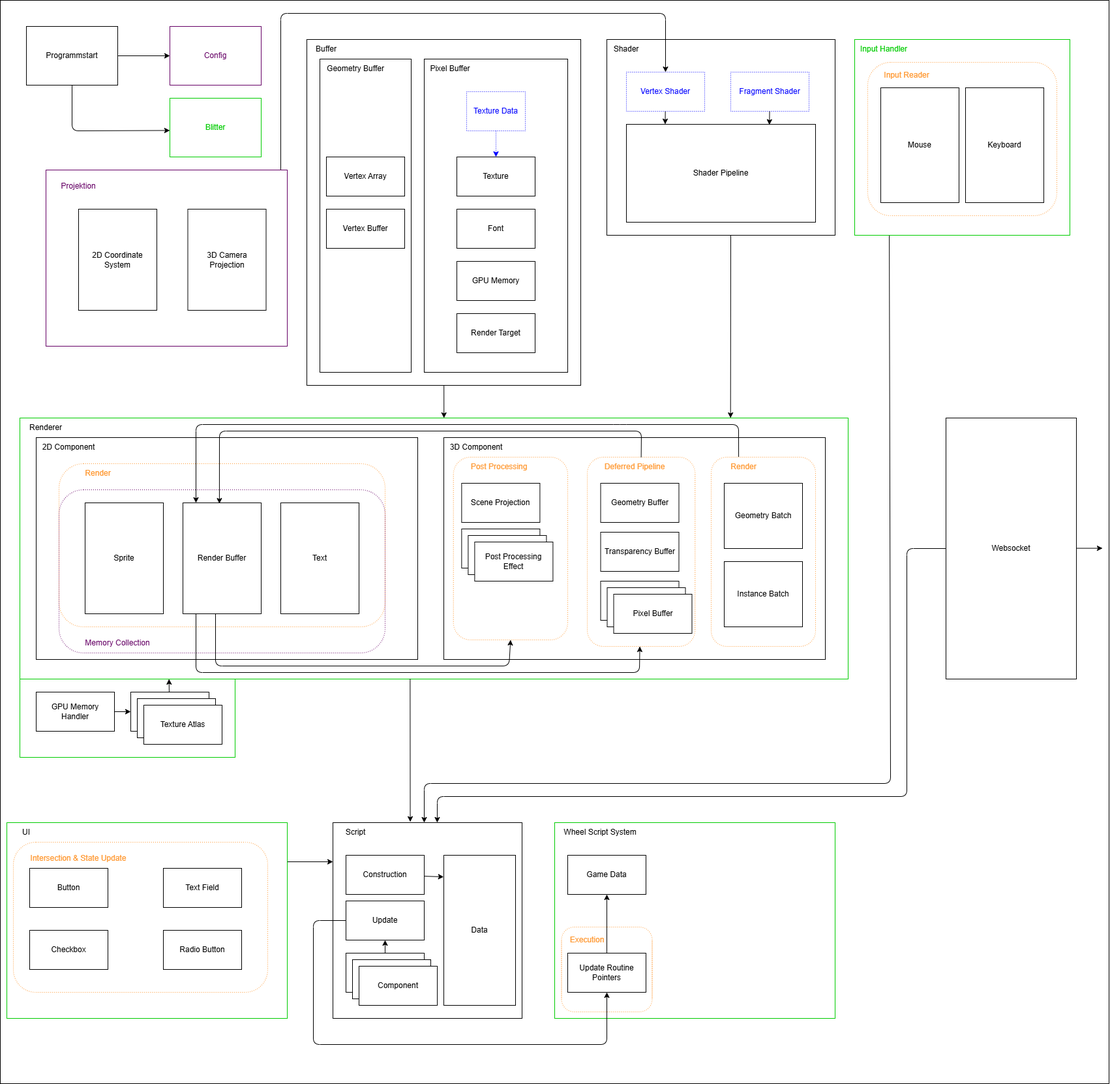
Before: client/Dataflow.png, a diagram exported from draw.io (ptxcy/SOSE25-Projekt). Source tidied: cells renumbered, new cells last; positions are measured from the earlier drawing's top-left corner, leaving out a move shared by most shapes.
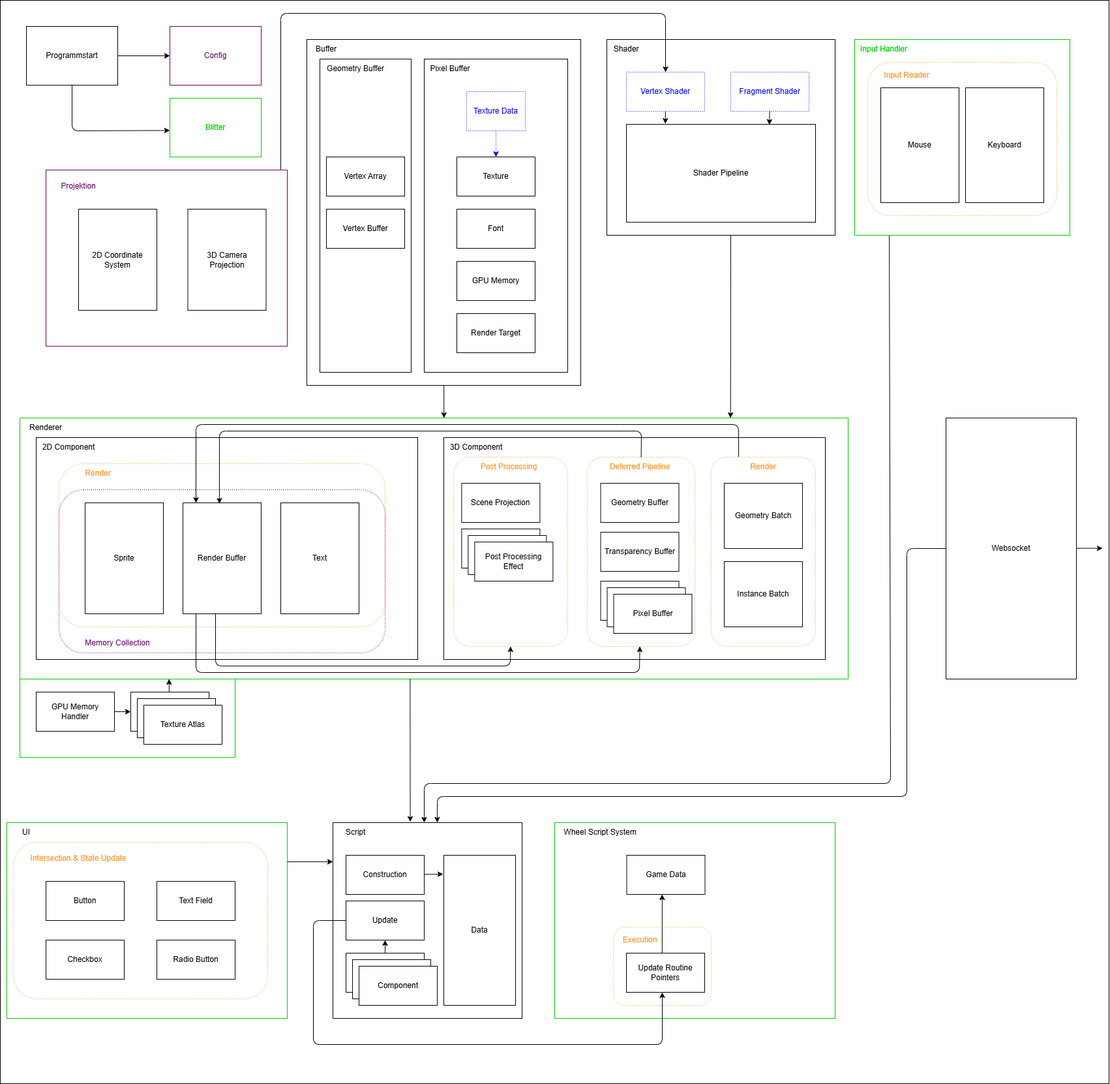
After the commit.

Commit message:
update Dataflow diagram with adjusted dimensions and layout

The edit, as a diff of the source:
```diff
@@ -12,7 +12,7 @@
       <mxGeometry x="680" y="670" width="585" height="340" as="geometry" />
     </mxCell>
     <mxCell id="5" style="rounded=1;whiteSpace=wrap;html=1;fillColor=none;dashed=1;dashPattern=1 2;strokeColor=light-dark(#FF9933,#EDEDED);" parent="1" vertex="1">
-      <mxGeometry x="694.8" y="700" width="175.2" height="280" as="geometry" />
+      <mxGeometry x="694.8" y="700" width="175.2" height="290" as="geometry" />
     </mxCell>
     <mxCell id="6" style="rounded=1;whiteSpace=wrap;html=1;fillColor=none;dashed=1;dashPattern=1 2;strokeColor=light-dark(#FF9933,#EDEDED);" parent="1" vertex="1">
       <mxGeometry x="900" y="700" width="165.2" height="290" as="geometry" />
@@ -39,7 +39,7 @@
       <mxGeometry x="10" y="1260" width="430" height="300" as="geometry" />
     </mxCell>
     <mxCell id="13" style="rounded=1;whiteSpace=wrap;html=1;fillColor=none;dashed=1;dashPattern=1 2;strokeColor=light-dark(#FF9933,#EDEDED);" parent="1" vertex="1">
-      <mxGeometry x="20" y="1290" width="390" height="230" as="geometry" />
+      <mxGeometry x="20" y="1290" width="390" height="240" as="geometry" />
     </mxCell>
     <mxCell id="14" style="rounded=0;whiteSpace=wrap;html=1;strokeColor=#00CC00;" parent="1" vertex="1">
       <mxGeometry x="1310" y="60" width="330" height="300" as="geometry" />
@@ -81,7 +81,7 @@
     <mxCell id="25" value="Shader" style="text;html=1;align=center;verticalAlign=middle;whiteSpace=wrap;rounded=0;" parent="1" vertex="1">
       <mxGeometry x="930" y="60" width="60" height="30" as="geometry" />
     </mxCell>
-    <mxCell id="26" style="edgeStyle=none;html=1;entryX=0.205;entryY=-0.001;entryDx=0;entryDy=0;entryPerimeter=0;" parent="1" edge="1" source="27" target="30">
+    <mxCell id="26" style="edgeStyle=none;html=1;entryX=0.206;entryY=-0.006;entryDx=0;entryDy=0;entryPerimeter=0;" parent="1" edge="1" source="27" target="30">
       <mxGeometry relative="1" as="geometry" />
     </mxCell>
     <mxCell id="27" value="&lt;font style=&quot;color: rgb(0, 0, 255);&quot;&gt;Vertex Shader&lt;/font&gt;" style="rounded=0;whiteSpace=wrap;html=1;dashed=1;dashPattern=1 2;strokeColor=#0000FF;" parent="1" vertex="1">
@@ -187,16 +187,16 @@
       <mxGeometry x="850" y="1260" width="140" height="30" as="geometry" />
     </mxCell>
     <mxCell id="58" value="Button" style="rounded=0;whiteSpace=wrap;html=1;" parent="1" vertex="1">
-      <mxGeometry x="45" y="1330" width="120" height="60" as="geometry" />
+      <mxGeometry x="70" y="1350" width="120" height="60" as="geometry" />
     </mxCell>
     <mxCell id="59" value="Text Field" style="rounded=0;whiteSpace=wrap;html=1;" parent="1" vertex="1">
-      <mxGeometry x="250" y="1330" width="120" height="60" as="geometry" />
+      <mxGeometry x="240" y="1350" width="120" height="60" as="geometry" />
     </mxCell>
     <mxCell id="60" value="Checkbox" style="rounded=0;whiteSpace=wrap;html=1;" parent="1" vertex="1">
-      <mxGeometry x="45" y="1425" width="120" height="60" as="geometry" />
+      <mxGeometry x="70" y="1440" width="120" height="60" as="geometry" />
     </mxCell>
     <mxCell id="61" value="Radio Button" style="rounded=0;whiteSpace=wrap;html=1;" parent="1" vertex="1">
-      <mxGeometry x="250" y="1425" width="120" height="60" as="geometry" />
+      <mxGeometry x="240" y="1440" width="120" height="60" as="geometry" />
     </mxCell>
     <mxCell id="62" value="&lt;font style=&quot;color: rgb(255, 153, 51);&quot;&gt;Intersection &amp;amp; State Update&lt;/font&gt;" style="text;html=1;align=center;verticalAlign=middle;whiteSpace=wrap;rounded=0;" parent="1" vertex="1">
       <mxGeometry x="45" y="1300" width="150" height="30" as="geometry" />
@@ -207,18 +207,18 @@
     <mxCell id="64" value="Script" style="text;html=1;align=center;verticalAlign=middle;whiteSpace=wrap;rounded=0;" parent="1" vertex="1">
       <mxGeometry x="510" y="1260" width="70" height="30" as="geometry" />
     </mxCell>
-    <mxCell id="65" style="edgeStyle=none;html=1;entryX=-0.002;entryY=0.144;entryDx=0;entryDy=0;entryPerimeter=0;" parent="1" edge="1" source="66" target="71">
+    <mxCell id="65" style="edgeStyle=none;html=1;entryX=-0.008;entryY=0.126;entryDx=0;entryDy=0;entryPerimeter=0;" parent="1" edge="1" source="66" target="71">
       <mxGeometry relative="1" as="geometry" />
     </mxCell>
     <mxCell id="66" value="Construction" style="rounded=0;whiteSpace=wrap;html=1;" parent="1" vertex="1">
       <mxGeometry x="530" y="1310" width="120" height="60" as="geometry" />
     </mxCell>
-    <mxCell id="67" style="edgeStyle=none;html=1;entryX=0.5;entryY=0.769;entryDx=0;entryDy=0;entryPerimeter=0;" parent="1" edge="1" source="68" target="77">
+    <mxCell id="67" style="edgeStyle=none;html=1;entryX=0.5;entryY=0.833;entryDx=0;entryDy=0;entryPerimeter=0;" parent="1" edge="1" source="68" target="77">
       <mxGeometry relative="1" as="geometry">
         <Array as="points">
           <mxPoint x="480" y="1410" />
           <mxPoint x="480" y="1600" />
-          <mxPoint x="930" y="1600" />
+          <mxPoint x="1015" y="1600" />
         </Array>
       </mxGeometry>
     </mxCell>
@@ -241,19 +241,22 @@
       <mxGeometry x="550" y="1480" width="120" height="60" as="geometry" />
     </mxCell>
     <mxCell id="74" value="Game Data" style="rounded=0;whiteSpace=wrap;html=1;" parent="1" vertex="1">
-      <mxGeometry x="870" y="1310" width="120" height="60" as="geometry" />
+      <mxGeometry x="960.5" y="1310" width="120" height="60" as="geometry" />
     </mxCell>
-    <mxCell id="75" style="edgeStyle=none;html=1;" parent="1" edge="1" source="76" target="74">
-      <mxGeometry relative="1" as="geometry" />
+    <mxCell id="75" style="edgeStyle=none;html=1;" parent="1" edge="1">
+      <mxGeometry relative="1" as="geometry">
+        <mxPoint x="1014.8" y="1460" as="sourcePoint" />
+        <mxPoint x="1014.8" y="1370" as="targetPoint" />
+      </mxGeometry>
     </mxCell>
     <mxCell id="76" value="Update Routine Pointers" style="rounded=0;whiteSpace=wrap;html=1;" parent="1" vertex="1">
-      <mxGeometry x="870" y="1460" width="120" height="60" as="geometry" />
+      <mxGeometry x="960" y="1460" width="120" height="60" as="geometry" />
     </mxCell>
     <mxCell id="77" style="rounded=1;whiteSpace=wrap;html=1;fillColor=none;dashed=1;dashPattern=1 2;strokeColor=light-dark(#FF9933,#EDEDED);" parent="1" vertex="1">
-      <mxGeometry x="860.5" y="1420" width="139" height="130" as="geometry" />
+      <mxGeometry x="940" y="1420" width="150" height="120" as="geometry" />
     </mxCell>
     <mxCell id="78" value="&lt;font style=&quot;color: rgb(255, 153, 51);&quot;&gt;Execution&lt;/font&gt;" style="text;html=1;align=center;verticalAlign=middle;whiteSpace=wrap;rounded=0;" parent="1" vertex="1">
-      <mxGeometry x="870" y="1425" width="60" height="30" as="geometry" />
+      <mxGeometry x="950.5" y="1425" width="60" height="30" as="geometry" />
     </mxCell>
     <mxCell id="79" style="endArrow=classic;html=1;exitX=0.176;exitY=1.002;exitDx=0;exitDy=0;exitPerimeter=0;entryX=0.5;entryY=0;entryDx=0;entryDy=0;" parent="1" edge="1">
       <mxGeometry relative="1" as="geometry">
@@ -314,7 +317,7 @@
       <mxGeometry x="1110" y="860" width="120" height="100" as="geometry" />
     </mxCell>
     <mxCell id="92" value="&lt;font style=&quot;color: rgb(255, 153, 51);&quot;&gt;Render&lt;/font&gt;" style="text;html=1;align=center;verticalAlign=middle;whiteSpace=wrap;rounded=0;" parent="1" vertex="1">
-      <mxGeometry x="1110" y="700" width="60" height="30" as="geometry" />
+      <mxGeometry x="1110" y="700" width="120" height="30" as="geometry" />
     </mxCell>
     <mxCell id="93" style="endArrow=classic;html=1;exitX=0.263;exitY=-0.002;exitDx=0;exitDy=0;entryX=0.5;entryY=0;entryDx=0;entryDy=0;exitPerimeter=0;" parent="1" edge="1" source="7">
       <mxGeometry relative="1" as="geometry">
@@ -359,17 +362,17 @@
       </mxGeometry>
     </mxCell>
     <mxCell id="101" value="&lt;font color=&quot;#ff9933&quot;&gt;Deferred Pipeline&lt;/font&gt;" style="text;html=1;align=center;verticalAlign=middle;whiteSpace=wrap;rounded=0;" parent="1" vertex="1">
-      <mxGeometry x="912.5" y="700" width="120" height="30" as="geometry" />
+      <mxGeometry x="920.5" y="700" width="120" height="30" as="geometry" />
     </mxCell>
     <mxCell id="102" value="&lt;font color=&quot;#ff9933&quot;&gt;Post Processing&lt;/font&gt;" style="text;html=1;align=center;verticalAlign=middle;whiteSpace=wrap;rounded=0;" parent="1" vertex="1">
-      <mxGeometry x="704.8" y="700" width="120" height="30" as="geometry" />
+      <mxGeometry x="710" y="700" width="140" height="30" as="geometry" />
     </mxCell>
     <mxCell id="103" style="endArrow=classic;html=1;entryX=0.5;entryY=1;entryDx=0;entryDy=0;" parent="1" edge="1" target="5">
       <mxGeometry relative="1" as="geometry">
         <mxPoint x="330" y="940" as="sourcePoint" />
         <Array as="points">
           <mxPoint x="330" y="1020" />
-          <mxPoint x="780" y="1020" />
+          <mxPoint x="782" y="1020" />
         </Array>
       </mxGeometry>
     </mxCell>
```
